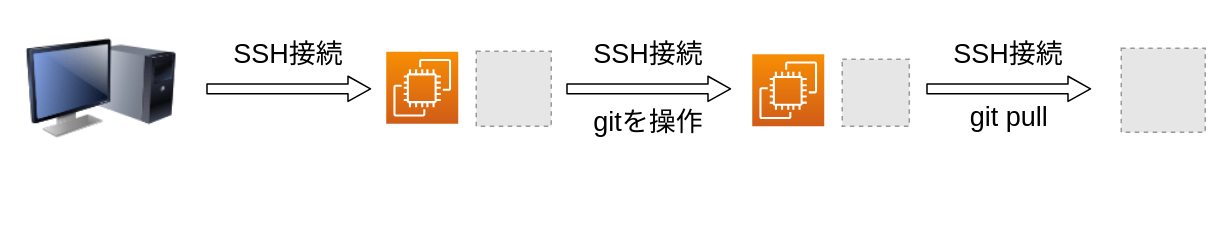
This is source/images/デプロイ.drawio from hiroki-it/tech-notebook_old, a draw.io file, before an edit. Source tidied: cells renumbered, new cells numbered last; positions are measured from the earlier drawing's top-left corner, leaving out a move shared by most shapes. Both pictures are drawn from the tidied source at 150%, with x=0, y=0 at pixel (26, 26). Pictures stored in the file or linked from it are replaced by grey dashed boxes.
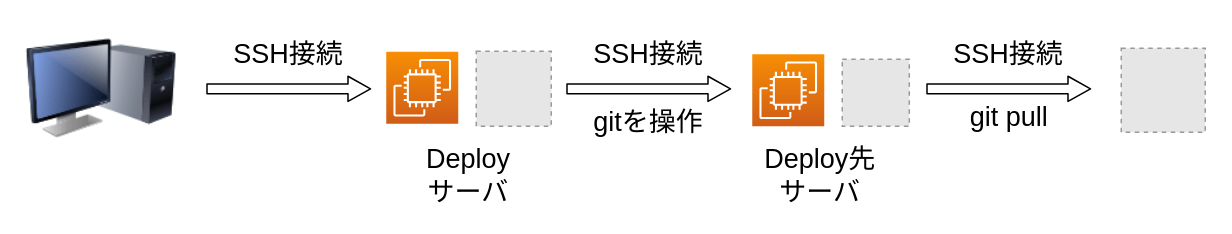
The same page after the edit.

Diff of the diagram source:
```diff
@@
+    <mxCell id="19" value="Deploy&lt;br&gt;サーバ" style="text;html=1;strokeColor=none;fillColor=none;align=center;verticalAlign=middle;whiteSpace=wrap;rounded=0;fontSize=18;" parent="1" vertex="1">
+      <mxGeometry x="220" y="90" width="150" height="20" as="geometry" />
+    </mxCell>
+    <mxCell id="20" value="Deploy先&lt;br&gt;サーバ" style="text;html=1;strokeColor=none;fillColor=none;align=center;verticalAlign=middle;whiteSpace=wrap;rounded=0;fontSize=18;" parent="1" vertex="1">
+      <mxGeometry x="445.5" y="90" width="167" height="20" as="geometry" />
+    </mxCell>
```
